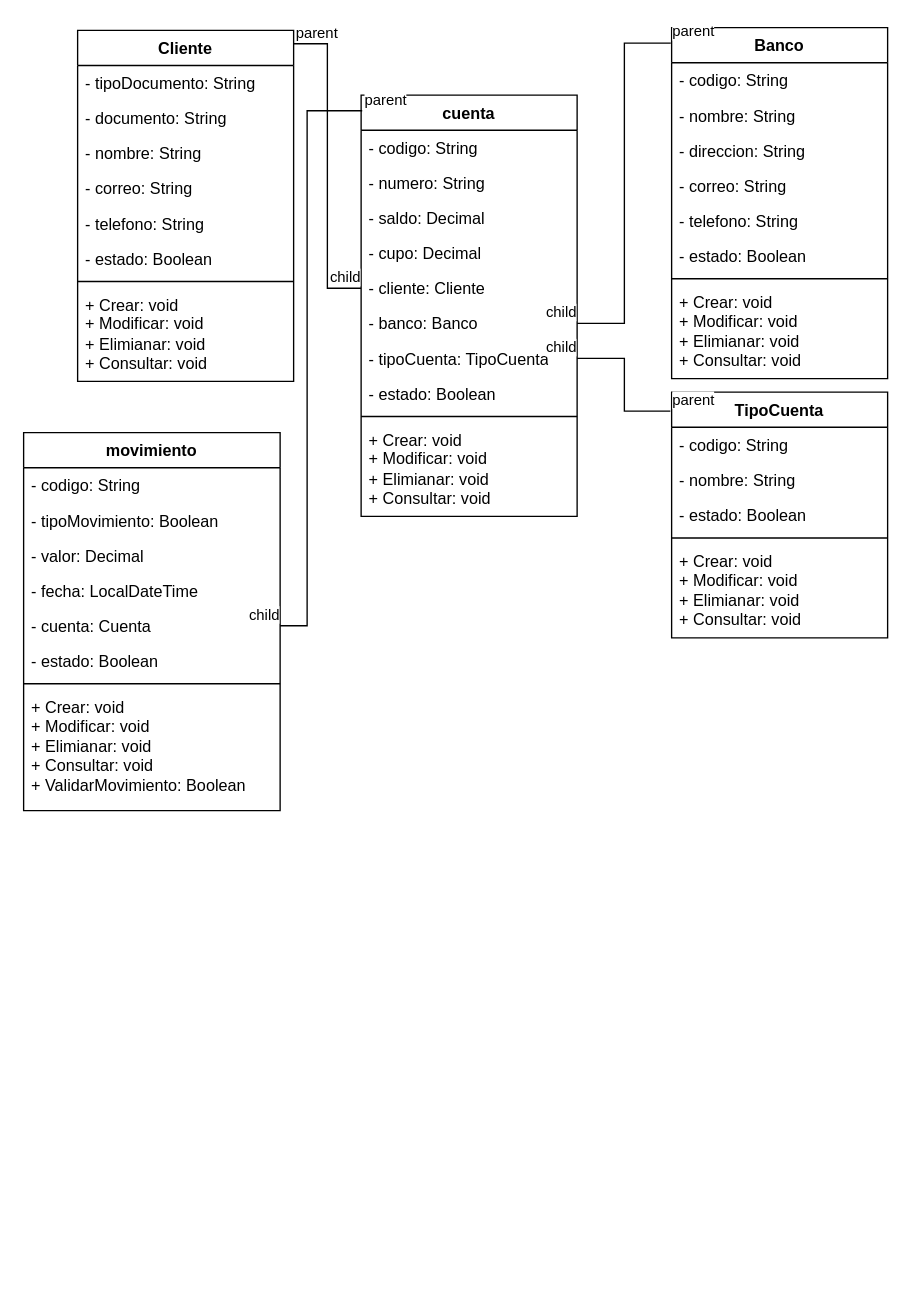
This is 08-Seesion-27-08/UMl.drawio from ServicioNacionalAprendizaje/ADSO-2694679, a draw.io file, before an edit. Source tidied: cells renumbered, new cells numbered last; positions are measured from the earlier drawing's top-left corner, leaving out a move shared by most shapes. Both pictures are drawn from the tidied source at 135%, with x=0, y=0 at pixel (23, 27).
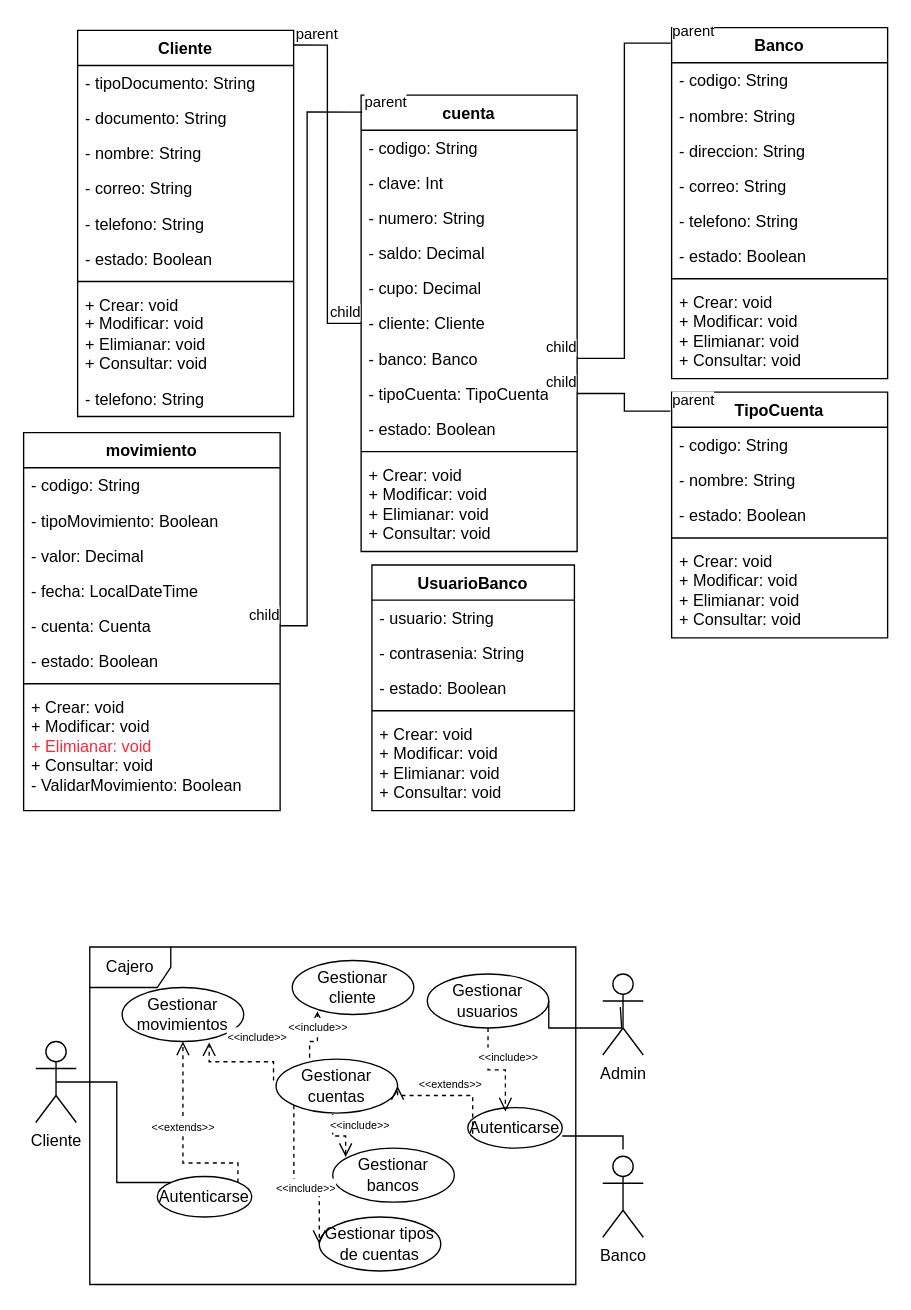
Above is the later version.

Unchanged cells that the change refers to:
```xml
<mxCell id="46" value="movimiento" style="swimlane;fontStyle=1;align=center;verticalAlign=top;horizontal=1;startSize=26;whiteSpace=wrap;html=1;" parent="1" vertex="1">
  <mxGeometry y="300" width="190" height="280" as="geometry" />
</mxCell>
```

Diff of the diagram source:
```diff
@@
     <mxCell id="2" value="Cliente" style="swimlane;fontStyle=1;align=center;verticalAlign=top;horizontal=1;startSize=26;whiteSpace=wrap;html=1;" parent="1" vertex="1">
-      <mxGeometry x="40" y="2" width="160" height="260" as="geometry" />
+      <mxGeometry x="40" y="2" width="160" height="286" as="geometry" />
     </mxCell>
@@
+    <mxCell id="58" value="- telefono: String" style="text;strokeColor=none;fillColor=none;align=left;verticalAlign=top;spacingLeft=4;spacingRight=4;overflow=hidden;whiteSpace=wrap;html=1;" parent="2" vertex="1">
+      <mxGeometry y="260" width="160" height="26" as="geometry" />
+    </mxCell>
@@
     <mxCell id="26" value="cuenta" style="swimlane;fontStyle=1;align=center;verticalAlign=top;horizontal=1;startSize=26;whiteSpace=wrap;html=1;" parent="1" vertex="1">
-      <mxGeometry x="250" y="50" width="160" height="312" as="geometry" />
+      <mxGeometry x="250" y="50" width="160" height="338" as="geometry" />
     </mxCell>
@@
+    <mxCell id="59" value="- clave: Int" style="text;strokeColor=none;fillColor=none;align=left;verticalAlign=top;spacingLeft=4;spacingRight=4;overflow=hidden;whiteSpace=wrap;html=1;" parent="26" vertex="1">
+      <mxGeometry y="52" width="160" height="26" as="geometry" />
+    </mxCell>
     <mxCell id="28" value="- numero: String" style="text;strokeColor=none;fillColor=none;align=left;verticalAlign=top;spacingLeft=4;spacingRight=4;overflow=hidden;whiteSpace=wrap;html=1;" parent="26" vertex="1">
-      <mxGeometry y="52" width="160" height="26" as="geometry" />
+      <mxGeometry y="78" width="160" height="26" as="geometry" />
     </mxCell>
     <mxCell id="29" value="- saldo: Decimal" style="text;strokeColor=none;fillColor=none;align=left;verticalAlign=top;spacingLeft=4;spacingRight=4;overflow=hidden;whiteSpace=wrap;html=1;" parent="26" vertex="1">
-      <mxGeometry y="78" width="160" height="26" as="geometry" />
+      <mxGeometry y="104" width="160" height="26" as="geometry" />
     </mxCell>
     <mxCell id="30" value="- cupo: Decimal" style="text;strokeColor=none;fillColor=none;align=left;verticalAlign=top;spacingLeft=4;spacingRight=4;overflow=hidden;whiteSpace=wrap;html=1;" parent="26" vertex="1">
-      <mxGeometry y="104" width="160" height="26" as="geometry" />
+      <mxGeometry y="130" width="160" height="26" as="geometry" />
     </mxCell>
     <mxCell id="31" value="- cliente: Cliente" style="text;strokeColor=none;fillColor=none;align=left;verticalAlign=top;spacingLeft=4;spacingRight=4;overflow=hidden;points=[[0,0.5],[1,0.5]];portConstraint=eastwest;whiteSpace=wrap;html=1;" parent="26" vertex="1">
-      <mxGeometry y="130" width="160" height="26" as="geometry" />
+      <mxGeometry y="156" width="160" height="26" as="geometry" />
     </mxCell>
     <mxCell id="32" value="- banco: Banco" style="text;strokeColor=none;fillColor=none;align=left;verticalAlign=top;spacingLeft=4;spacingRight=4;overflow=hidden;points=[[0,0.5],[1,0.5]];portConstraint=eastwest;whiteSpace=wrap;html=1;" parent="26" vertex="1">
-      <mxGeometry y="156" width="160" height="26" as="geometry" />
+      <mxGeometry y="182" width="160" height="26" as="geometry" />
     </mxCell>
     <mxCell id="33" value="- tipoCuenta: TipoCuenta" style="text;strokeColor=none;fillColor=none;align=left;verticalAlign=top;spacingLeft=4;spacingRight=4;overflow=hidden;points=[[0,0.5],[1,0.5]];portConstraint=eastwest;whiteSpace=wrap;html=1;" parent="26" vertex="1">
-      <mxGeometry y="182" width="160" height="26" as="geometry" />
+      <mxGeometry y="208" width="160" height="26" as="geometry" />
     </mxCell>
     <mxCell id="34" value="- estado: Boolean" style="text;strokeColor=none;fillColor=none;align=left;verticalAlign=top;spacingLeft=4;spacingRight=4;overflow=hidden;whiteSpace=wrap;html=1;" parent="26" vertex="1">
-      <mxGeometry y="208" width="160" height="26" as="geometry" />
+      <mxGeometry y="234" width="160" height="26" as="geometry" />
     </mxCell>
     <mxCell id="35" style="line;strokeWidth=1;fillColor=none;align=left;verticalAlign=middle;spacingTop=-1;spacingLeft=3;spacingRight=3;labelPosition=right;strokeColor=inherit;" parent="26" vertex="1">
-      <mxGeometry y="234" width="160" height="8" as="geometry" />
+      <mxGeometry y="260" width="160" height="8" as="geometry" />
     </mxCell>
     <mxCell id="36" value="+ Crear: void&lt;br&gt;+ Modificar: void&lt;br&gt;+ Elimianar: void&lt;br&gt;+ Consultar: void" style="text;strokeColor=none;fillColor=none;align=left;verticalAlign=top;spacingLeft=4;spacingRight=4;overflow=hidden;whiteSpace=wrap;html=1;" parent="26" vertex="1">
-      <mxGeometry y="242" width="160" height="70" as="geometry" />
+      <mxGeometry y="268" width="160" height="70" as="geometry" />
     </mxCell>
@@
-    <mxCell id="54" value="+ Crear: void&lt;br&gt;+ Modificar: void&lt;br&gt;+ Elimianar: void&lt;br&gt;+ Consultar: void&lt;br&gt;+ ValidarMovimiento: Boolean" style="text;strokeColor=none;fillColor=none;align=left;verticalAlign=top;spacingLeft=4;spacingRight=4;overflow=hidden;whiteSpace=wrap;html=1;" parent="46" vertex="1">
+    <mxCell id="54" value="+ Crear: void&lt;br&gt;+ Modificar: void&lt;br&gt;&lt;font color=&quot;#ff2635&quot;&gt;+ Elimianar: void&lt;/font&gt;&lt;br&gt;+ Consultar: void&lt;br&gt;- ValidarMovimiento: Boolean" style="text;strokeColor=none;fillColor=none;align=left;verticalAlign=top;spacingLeft=4;spacingRight=4;overflow=hidden;whiteSpace=wrap;html=1;" parent="46" vertex="1">
       <mxGeometry y="190" width="190" height="90" as="geometry" />
     </mxCell>
@@
+    <mxCell id="60" value="Gestionar cliente" style="ellipse;whiteSpace=wrap;html=1;" parent="1" vertex="1">
+      <mxGeometry x="199" y="691" width="90" height="40" as="geometry" />
+    </mxCell>
+    <mxCell id="61" value="Gestionar cuentas" style="ellipse;whiteSpace=wrap;html=1;" parent="1" vertex="1">
+      <mxGeometry x="187" y="764" width="90" height="40" as="geometry" />
+    </mxCell>
+    <mxCell id="62" value="Gestionar movimientos" style="ellipse;whiteSpace=wrap;html=1;" parent="1" vertex="1">
+      <mxGeometry x="73" y="711" width="90" height="40" as="geometry" />
+    </mxCell>
+    <mxCell id="63" value="Gestionar tipos de cuentas" style="ellipse;whiteSpace=wrap;html=1;" parent="1" vertex="1">
+      <mxGeometry x="219" y="881" width="90" height="40" as="geometry" />
+    </mxCell>
+    <mxCell id="64" value="Gestionar bancos" style="ellipse;whiteSpace=wrap;html=1;" parent="1" vertex="1">
+      <mxGeometry x="229" y="830" width="90" height="40" as="geometry" />
+    </mxCell>
+    <mxCell id="65" value="Cliente" style="shape=umlActor;verticalLabelPosition=bottom;verticalAlign=top;html=1;" parent="1" vertex="1">
+      <mxGeometry x="9" y="751" width="30" height="60" as="geometry" />
+    </mxCell>
+    <mxCell id="66" value="Admin" style="shape=umlActor;verticalLabelPosition=bottom;verticalAlign=top;html=1;" parent="1" vertex="1">
+      <mxGeometry x="429" y="701" width="30" height="60" as="geometry" />
+    </mxCell>
+    <mxCell id="67" value="Autenticarse" style="ellipse;whiteSpace=wrap;html=1;" parent="1" vertex="1">
+      <mxGeometry x="99" y="851" width="70" height="30" as="geometry" />
+    </mxCell>
+    <mxCell id="68" value="&lt;font style=&quot;font-size: 8px;&quot;&gt;&amp;lt;&amp;lt;extends&amp;gt;&amp;gt;&lt;/font&gt;" style="html=1;verticalAlign=bottom;endArrow=open;dashed=1;endSize=8;edgeStyle=elbowEdgeStyle;elbow=vertical;curved=0;rounded=0;exitX=1;exitY=0;exitDx=0;exitDy=0;entryX=0.5;entryY=1;entryDx=0;entryDy=0;" parent="1" edge="1" source="67" target="62">
+      <mxGeometry relative="1" as="geometry">
+        <Array as="points">
+          <mxPoint x="139" y="841" />
+        </Array>
+      </mxGeometry>
+    </mxCell>
+    <mxCell id="69" style="endArrow=none;html=1;edgeStyle=orthogonalEdgeStyle;rounded=0;exitX=0.5;exitY=0.5;exitDx=0;exitDy=0;entryX=0;entryY=0;entryDx=0;entryDy=0;exitPerimeter=0;" parent="1" edge="1" source="65" target="67">
+      <mxGeometry relative="1" as="geometry">
+        <Array as="points">
+          <mxPoint x="69" y="781" />
+          <mxPoint x="69" y="855" />
+        </Array>
+      </mxGeometry>
+    </mxCell>
+    <mxCell id="70" value="&lt;font style=&quot;font-size: 8px;&quot;&gt;&amp;lt;&amp;lt;include&amp;gt;&amp;gt;&lt;/font&gt;" style="html=1;verticalAlign=bottom;endArrow=open;dashed=1;endSize=8;edgeStyle=elbowEdgeStyle;elbow=vertical;curved=0;rounded=0;exitX=0.276;exitY=-0.026;exitDx=0;exitDy=0;entryX=0.207;entryY=0.938;entryDx=0;entryDy=0;exitPerimeter=0;entryPerimeter=0;" parent="1" edge="1" source="61" target="60">
+      <mxGeometry relative="1" as="geometry">
+        <Array as="points">
+          <mxPoint x="209" y="751" />
+        </Array>
+      </mxGeometry>
+    </mxCell>
+    <mxCell id="71" value="&lt;font style=&quot;font-size: 8px;&quot;&gt;&amp;lt;&amp;lt;include&amp;gt;&amp;gt;&lt;/font&gt;" style="html=1;verticalAlign=bottom;endArrow=open;dashed=1;endSize=8;edgeStyle=elbowEdgeStyle;elbow=vertical;curved=0;rounded=0;exitX=0;exitY=1;exitDx=0;exitDy=0;entryX=0;entryY=0.5;entryDx=0;entryDy=0;" parent="1" edge="1" source="61" target="63">
+      <mxGeometry x="0.46" y="-10" relative="1" as="geometry">
+        <Array as="points">
+          <mxPoint x="199" y="861" />
+        </Array>
+      </mxGeometry>
+    </mxCell>
+    <mxCell id="72" value="&lt;font style=&quot;font-size: 8px;&quot;&gt;&amp;lt;&amp;lt;include&amp;gt;&amp;gt;&lt;/font&gt;" style="html=1;verticalAlign=bottom;endArrow=open;dashed=1;endSize=8;edgeStyle=elbowEdgeStyle;elbow=vertical;curved=0;rounded=0;exitX=0.466;exitY=1.021;exitDx=0;exitDy=0;entryX=0.106;entryY=0.165;entryDx=0;entryDy=0;exitPerimeter=0;entryPerimeter=0;" parent="1" edge="1" source="61" target="64">
+      <mxGeometry x="0.25" y="10" relative="1" as="geometry" />
+    </mxCell>
+    <mxCell id="73" value="&lt;font style=&quot;font-size: 8px;&quot;&gt;&amp;lt;&amp;lt;include&amp;gt;&amp;gt;&lt;/font&gt;" style="html=1;verticalAlign=bottom;endArrow=open;dashed=1;endSize=8;edgeStyle=elbowEdgeStyle;elbow=vertical;curved=0;rounded=0;entryX=0.716;entryY=1.016;entryDx=0;entryDy=0;entryPerimeter=0;exitX=-0.021;exitY=0.397;exitDx=0;exitDy=0;exitPerimeter=0;" parent="1" edge="1" source="61" target="62">
+      <mxGeometry x="-0.31" y="-10" relative="1" as="geometry" />
+    </mxCell>
+    <mxCell id="74" value="UsuarioBanco" style="swimlane;fontStyle=1;align=center;verticalAlign=top;horizontal=1;startSize=26;whiteSpace=wrap;html=1;" parent="1" vertex="1">
+      <mxGeometry x="258" y="398" width="150" height="182" as="geometry" />
+    </mxCell>
+    <mxCell id="75" value="- usuario: String" style="text;strokeColor=none;fillColor=none;align=left;verticalAlign=top;spacingLeft=4;spacingRight=4;overflow=hidden;whiteSpace=wrap;html=1;" parent="74" vertex="1">
+      <mxGeometry y="26" width="150" height="26" as="geometry" />
+    </mxCell>
+    <mxCell id="76" value="- contrasenia: String" style="text;strokeColor=none;fillColor=none;align=left;verticalAlign=top;spacingLeft=4;spacingRight=4;overflow=hidden;whiteSpace=wrap;html=1;" parent="74" vertex="1">
+      <mxGeometry y="52" width="150" height="26" as="geometry" />
+    </mxCell>
+    <mxCell id="77" value="- estado: Boolean" style="text;strokeColor=none;fillColor=none;align=left;verticalAlign=top;spacingLeft=4;spacingRight=4;overflow=hidden;whiteSpace=wrap;html=1;" parent="74" vertex="1">
+      <mxGeometry y="78" width="150" height="26" as="geometry" />
+    </mxCell>
+    <mxCell id="78" style="line;strokeWidth=1;fillColor=none;align=left;verticalAlign=middle;spacingTop=-1;spacingLeft=3;spacingRight=3;labelPosition=right;strokeColor=inherit;" parent="74" vertex="1">
+      <mxGeometry y="104" width="150" height="8" as="geometry" />
+    </mxCell>
+    <mxCell id="79" value="+ Crear: void&lt;br&gt;+ Modificar: void&lt;br&gt;+ Elimianar: void&lt;br&gt;+ Consultar: void" style="text;strokeColor=none;fillColor=none;align=left;verticalAlign=top;spacingLeft=4;spacingRight=4;overflow=hidden;whiteSpace=wrap;html=1;" parent="74" vertex="1">
+      <mxGeometry y="112" width="150" height="70" as="geometry" />
+    </mxCell>
+    <mxCell id="80" value="Banco" style="shape=umlActor;verticalLabelPosition=bottom;verticalAlign=top;html=1;" parent="1" vertex="1">
+      <mxGeometry x="429" y="836" width="30" height="60" as="geometry" />
+    </mxCell>
+    <mxCell id="81" value="Gestionar usuarios" style="ellipse;whiteSpace=wrap;html=1;" parent="1" vertex="1">
+      <mxGeometry x="299" y="701" width="90" height="40" as="geometry" />
+    </mxCell>
+    <mxCell id="82" style="endArrow=none;html=1;edgeStyle=orthogonalEdgeStyle;rounded=0;entryX=0.433;entryY=0.408;entryDx=0;entryDy=0;entryPerimeter=0;exitX=1;exitY=0.5;exitDx=0;exitDy=0;" parent="1" edge="1" source="81" target="66">
+      <mxGeometry relative="1" as="geometry">
+        <Array as="points">
+          <mxPoint x="389" y="741" />
+          <mxPoint x="443" y="741" />
+          <mxPoint x="443" y="726" />
+        </Array>
+      </mxGeometry>
+    </mxCell>
+    <mxCell id="83" value="Autenticarse" style="ellipse;whiteSpace=wrap;html=1;" parent="1" vertex="1">
+      <mxGeometry x="329" y="800" width="70" height="30" as="geometry" />
+    </mxCell>
+    <mxCell id="84" style="endArrow=none;html=1;edgeStyle=orthogonalEdgeStyle;rounded=0;" parent="1" edge="1">
+      <mxGeometry relative="1" as="geometry">
+        <mxPoint x="399" y="821" as="sourcePoint" />
+        <mxPoint x="444" y="831" as="targetPoint" />
+        <Array as="points">
+          <mxPoint x="444" y="821" />
+        </Array>
+      </mxGeometry>
+    </mxCell>
+    <mxCell id="85" value="&lt;font style=&quot;font-size: 8px;&quot;&gt;&amp;lt;&amp;lt;include&amp;gt;&amp;gt;&lt;/font&gt;" style="html=1;verticalAlign=bottom;endArrow=open;dashed=1;endSize=8;edgeStyle=elbowEdgeStyle;elbow=vertical;curved=0;rounded=0;entryX=0.398;entryY=0.094;entryDx=0;entryDy=0;entryPerimeter=0;exitX=0.5;exitY=1;exitDx=0;exitDy=0;" parent="1" edge="1" source="81" target="83">
+      <mxGeometry x="-0.2" y="15" relative="1" as="geometry" />
+    </mxCell>
+    <mxCell id="86" value="&lt;font style=&quot;font-size: 8px;&quot;&gt;&amp;lt;&amp;lt;extends&amp;gt;&amp;gt;&lt;/font&gt;" style="html=1;verticalAlign=bottom;endArrow=open;dashed=1;endSize=8;edgeStyle=elbowEdgeStyle;elbow=vertical;curved=0;rounded=0;exitX=0.052;exitY=0.641;exitDx=0;exitDy=0;entryX=1;entryY=0.5;entryDx=0;entryDy=0;exitPerimeter=0;" parent="1" edge="1" source="83" target="61">
+      <mxGeometry relative="1" as="geometry">
+        <Array as="points">
+          <mxPoint x="319" y="791" />
+        </Array>
+      </mxGeometry>
+    </mxCell>
+    <mxCell id="87" value="Cajero" style="shape=umlFrame;whiteSpace=wrap;html=1;" parent="1" vertex="1">
+      <mxGeometry x="49" y="681" width="360" height="250" as="geometry" />
+    </mxCell>
```
